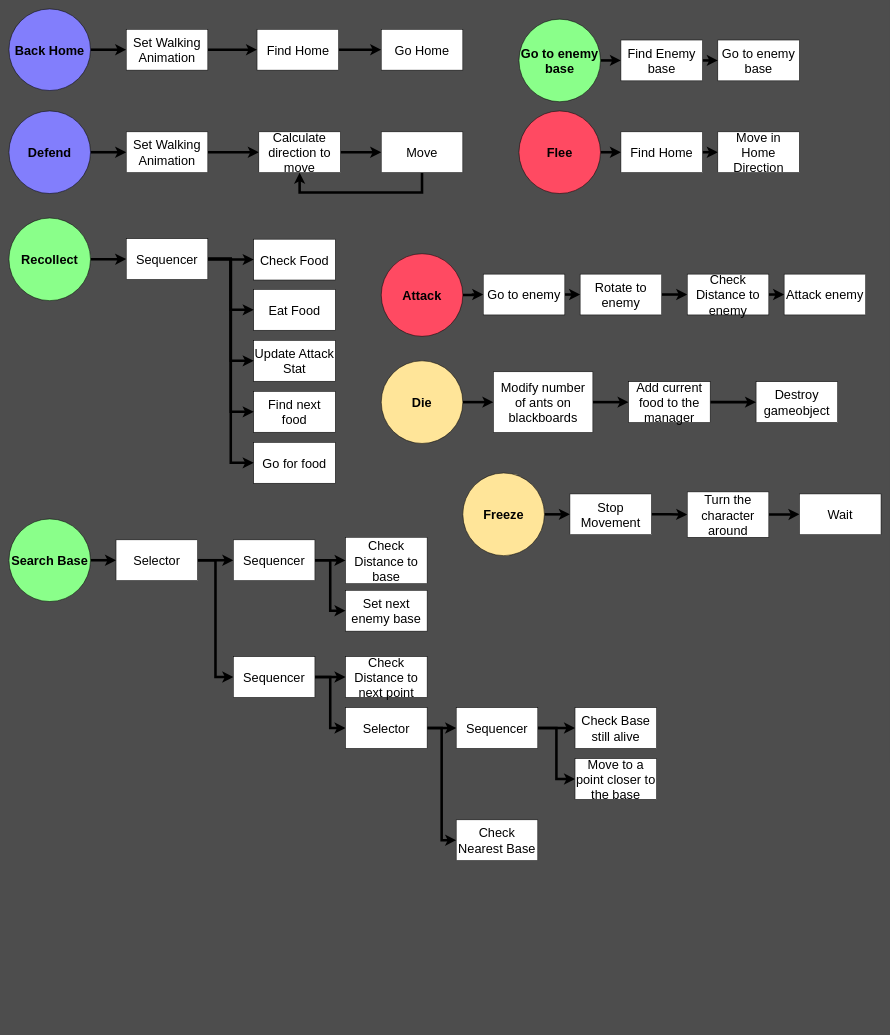
Earlier version of the draw.io diagram page "Actions" (3 of 6) of Design/Ant.drawio (arturo101199/GardenBattle). Source tidied: cells renumbered, new cells numbered last; positions are measured from the earlier drawing's top-left corner, leaving out a move shared by most shapes. Both pictures are drawn from the tidied source at 51%, with x=0, y=0 at pixel (9, 9).
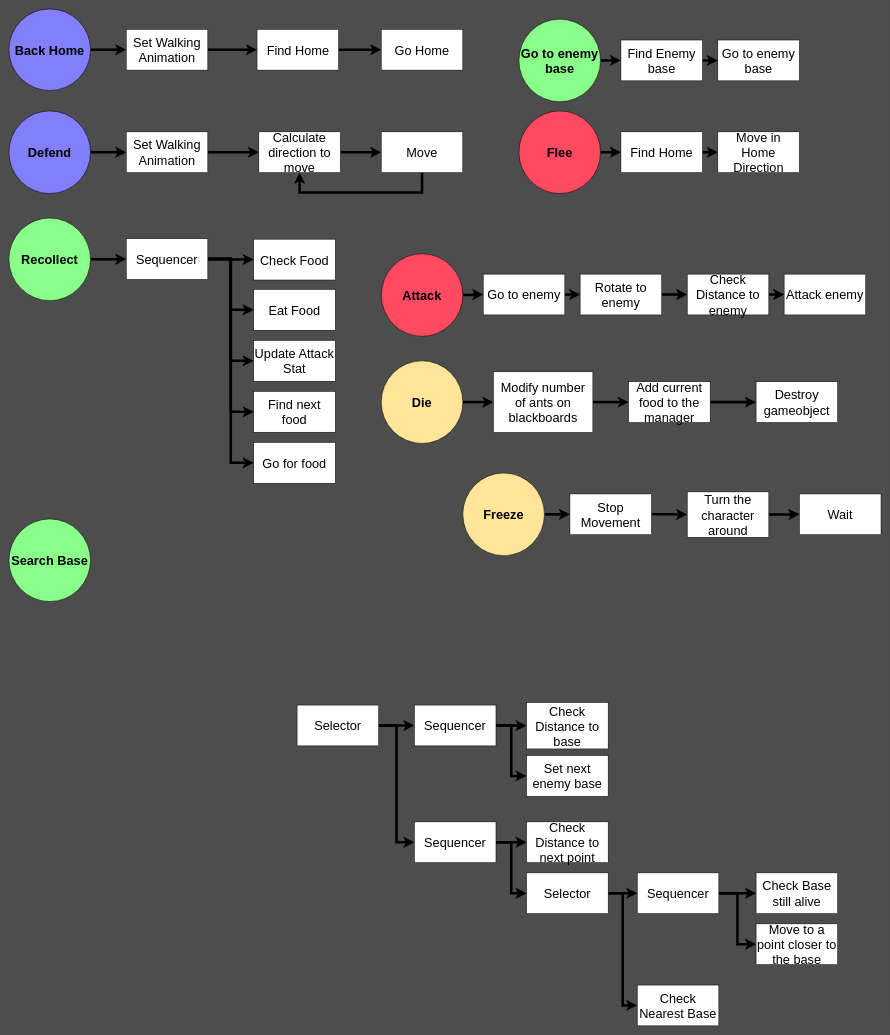
The same page after the edit.

Unchanged cells that the change refers to:
```xml
<mxCell id="24" value="&lt;font style=&quot;font-size: 25px&quot;&gt;&lt;b&gt;Search Base&lt;br&gt;&lt;/b&gt;&lt;/font&gt;" style="ellipse;whiteSpace=wrap;html=1;fillColor=#8AFF8A;" parent="1" vertex="1">
  <mxGeometry y="1000" width="160" height="162" as="geometry" />
</mxCell>
```

The edit, as a diff of the source:
```diff
@@
-    <mxCell id="23" style="edgeStyle=none;rounded=0;jettySize=auto;html=1;exitX=1;exitY=0.5;exitDx=0;exitDy=0;entryX=0;entryY=0.5;entryDx=0;entryDy=0;strokeWidth=5;" parent="1" edge="1" source="24" target="52">
-      <mxGeometry relative="1" as="geometry" />
-    </mxCell>
@@
     <mxCell id="25" value="&lt;font style=&quot;font-size: 25px&quot;&gt;Check Nearest Base&lt;/font&gt;" style="rounded=0;whiteSpace=wrap;html=1;" parent="1" vertex="1">
-      <mxGeometry x="877" y="1590" width="160" height="80" as="geometry" />
+      <mxGeometry x="1232" y="1914" width="160" height="80" as="geometry" />
     </mxCell>
     <mxCell id="26" value="&lt;font style=&quot;font-size: 25px&quot;&gt;Check Base still alive&lt;br&gt;&lt;/font&gt;" style="rounded=0;whiteSpace=wrap;html=1;" parent="1" vertex="1">
-      <mxGeometry x="1110" y="1370" width="160" height="80" as="geometry" />
+      <mxGeometry x="1465" y="1694" width="160" height="80" as="geometry" />
     </mxCell>
@@
     <mxCell id="43" value="&lt;font style=&quot;font-size: 25px&quot;&gt;Move to a point closer to the base&lt;br&gt;&lt;/font&gt;" style="rounded=0;whiteSpace=wrap;html=1;" parent="1" vertex="1">
-      <mxGeometry x="1110" y="1470" width="160" height="80" as="geometry" />
+      <mxGeometry x="1465" y="1794" width="160" height="80" as="geometry" />
     </mxCell>
     <mxCell id="44" value="&lt;font style=&quot;font-size: 25px&quot;&gt;Check Distance to next point&lt;br&gt;&lt;/font&gt;" style="rounded=0;whiteSpace=wrap;html=1;" parent="1" vertex="1">
-      <mxGeometry x="660" y="1270" width="160" height="80" as="geometry" />
+      <mxGeometry x="1015" y="1594" width="160" height="80" as="geometry" />
     </mxCell>
@@
     <mxCell id="48" value="&lt;font style=&quot;font-size: 25px&quot;&gt;Check Distance to base&lt;br&gt;&lt;/font&gt;" style="rounded=0;whiteSpace=wrap;html=1;" parent="1" vertex="1">
-      <mxGeometry x="660" y="1036" width="160" height="91" as="geometry" />
+      <mxGeometry x="1015" y="1360" width="160" height="91" as="geometry" />
     </mxCell>
     <mxCell id="49" value="&lt;font style=&quot;font-size: 25px&quot;&gt;Set next enemy base&lt;br&gt;&lt;/font&gt;" style="rounded=0;whiteSpace=wrap;html=1;" parent="1" vertex="1">
-      <mxGeometry x="660" y="1140" width="160" height="80" as="geometry" />
+      <mxGeometry x="1015" y="1464" width="160" height="80" as="geometry" />
     </mxCell>
@@
     <mxCell id="52" value="&lt;font style=&quot;font-size: 25px&quot;&gt;Selector&lt;br&gt;&lt;/font&gt;" style="rounded=0;whiteSpace=wrap;html=1;" parent="1" vertex="1">
-      <mxGeometry x="210" y="1041" width="160" height="80" as="geometry" />
+      <mxGeometry x="565" y="1365" width="160" height="80" as="geometry" />
     </mxCell>
@@
     <mxCell id="55" value="&lt;font style=&quot;font-size: 25px&quot;&gt;Sequencer&lt;br&gt;&lt;/font&gt;" style="rounded=0;whiteSpace=wrap;html=1;" parent="1" vertex="1">
-      <mxGeometry x="440" y="1041" width="160" height="80" as="geometry" />
+      <mxGeometry x="795" y="1365" width="160" height="80" as="geometry" />
     </mxCell>
@@
     <mxCell id="58" value="&lt;font style=&quot;font-size: 25px&quot;&gt;Sequencer&lt;br&gt;&lt;/font&gt;" style="rounded=0;whiteSpace=wrap;html=1;" parent="1" vertex="1">
-      <mxGeometry x="440" y="1270" width="160" height="80" as="geometry" />
+      <mxGeometry x="795" y="1594" width="160" height="80" as="geometry" />
     </mxCell>
@@
     <mxCell id="61" value="&lt;font style=&quot;font-size: 25px&quot;&gt;Selector&lt;br&gt;&lt;/font&gt;" style="rounded=0;whiteSpace=wrap;html=1;" parent="1" vertex="1">
-      <mxGeometry x="660" y="1370" width="160" height="80" as="geometry" />
+      <mxGeometry x="1015" y="1694" width="160" height="80" as="geometry" />
     </mxCell>
@@
     <mxCell id="64" value="&lt;font style=&quot;font-size: 25px&quot;&gt;Sequencer&lt;br&gt;&lt;/font&gt;" style="rounded=0;whiteSpace=wrap;html=1;" parent="1" vertex="1">
-      <mxGeometry x="877" y="1370" width="160" height="80" as="geometry" />
+      <mxGeometry x="1232" y="1694" width="160" height="80" as="geometry" />
     </mxCell>
```
